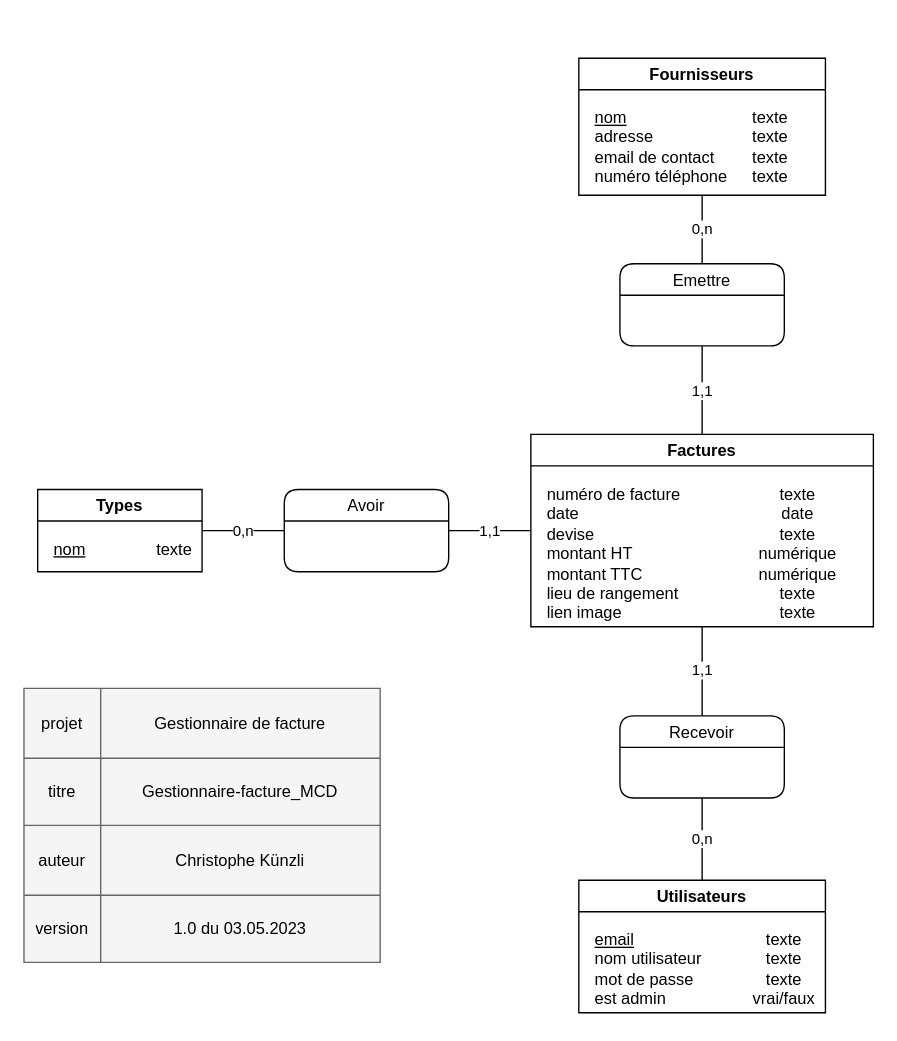
This is Documentation/Gestionnaire-factures_MCD.drawio from ChristopheKunzli/Gestionnaire-factures, a draw.io file, before an edit. Source tidied: cells renumbered, new cells numbered last; positions are measured from the earlier drawing's top-left corner, leaving out a move shared by most shapes. Both pictures are drawn from the tidied source at 137%, with x=0, y=0 at pixel (23, 58).
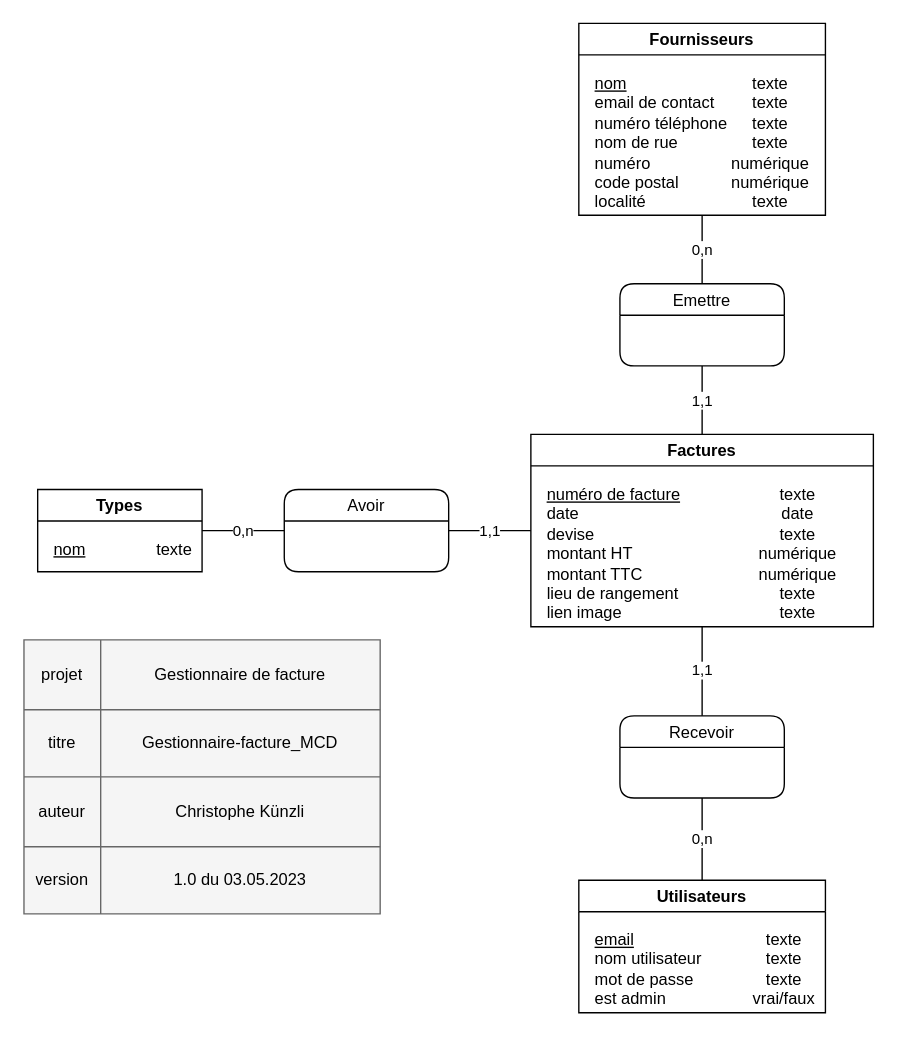
The same page after the edit.

The change refers to these unchanged cells:
```xml
<mxCell id="18" value="Factures" style="swimlane;startSize=23;" parent="1" vertex="1">
  <mxGeometry x="370" y="274.6" width="250" height="140.4" as="geometry" />
</mxCell>
```

The edit, as a diff of the source:
```diff
@@
     <mxCell id="2" style="shape=table;html=1;whiteSpace=wrap;startSize=0;childLayout=tableLayout;fillColor=#f5f5f5;strokeColor=#666666;fontColor=#333333;" parent="1" vertex="1">
-      <mxGeometry y="460" width="260" height="200" as="geometry" />
+      <mxGeometry y="424.6" width="260" height="200" as="geometry" />
     </mxCell>
@@
     <mxCell id="15" value="Fournisseurs" style="swimlane;startSize=23;" parent="1" vertex="1">
-      <mxGeometry x="405" width="180" height="100" as="geometry" />
+      <mxGeometry x="405" y="-25.4" width="180" height="140" as="geometry" />
     </mxCell>
-    <mxCell id="16" value="&lt;u&gt;nom&lt;/u&gt;&lt;br&gt;adresse&lt;br&gt;email de contact&lt;br&gt;numéro téléphone" style="text;html=1;strokeColor=none;fillColor=none;align=left;verticalAlign=top;whiteSpace=wrap;rounded=0;labelPosition=center;verticalLabelPosition=middle;" parent="15" vertex="1">
-      <mxGeometry x="10" y="30" width="110" height="70" as="geometry" />
+    <mxCell id="16" value="&lt;u&gt;nom&lt;/u&gt;&lt;br&gt;email de contact&lt;br&gt;numéro téléphone&lt;br&gt;nom de rue&lt;br&gt;numéro&amp;nbsp;&lt;br&gt;code postal&lt;br&gt;localité" style="text;html=1;strokeColor=none;fillColor=none;align=left;verticalAlign=top;whiteSpace=wrap;rounded=0;labelPosition=center;verticalLabelPosition=middle;" parent="15" vertex="1">
+      <mxGeometry x="10" y="30" width="110" height="110" as="geometry" />
     </mxCell>
-    <mxCell id="17" value="texte&lt;br&gt;texte&lt;br&gt;texte&lt;br&gt;texte" style="text;html=1;strokeColor=none;fillColor=none;align=center;verticalAlign=top;whiteSpace=wrap;rounded=0;" parent="15" vertex="1">
-      <mxGeometry x="110" y="30" width="60" height="70" as="geometry" />
+    <mxCell id="17" value="texte&lt;br&gt;texte&lt;br&gt;texte&lt;br&gt;texte&lt;br&gt;numérique&lt;br&gt;numérique&lt;br&gt;texte" style="text;html=1;strokeColor=none;fillColor=none;align=center;verticalAlign=top;whiteSpace=wrap;rounded=0;" parent="15" vertex="1">
+      <mxGeometry x="110" y="30" width="60" height="110" as="geometry" />
     </mxCell>
@@
-    <mxCell id="19" value="numéro de facture&lt;br&gt;date&lt;br&gt;devise&lt;br&gt;montant HT&lt;br&gt;montant TTC&lt;br&gt;lieu de rangement&lt;br&gt;lien image" style="text;html=1;strokeColor=none;fillColor=none;align=left;verticalAlign=top;whiteSpace=wrap;rounded=0;labelPosition=center;verticalLabelPosition=middle;" parent="18" vertex="1">
+    <mxCell id="19" value="&lt;u&gt;numéro de facture&lt;/u&gt;&lt;br&gt;date&lt;br&gt;devise&lt;br&gt;montant HT&lt;br&gt;montant TTC&lt;br&gt;lieu de rangement&lt;br&gt;lien image" style="text;html=1;strokeColor=none;fillColor=none;align=left;verticalAlign=top;whiteSpace=wrap;rounded=0;labelPosition=center;verticalLabelPosition=middle;" parent="18" vertex="1">
       <mxGeometry x="10" y="30" width="130" height="100" as="geometry" />
     </mxCell>
@@
     <mxCell id="24" value="Emettre" style="swimlane;rounded=1;fontStyle=0;startSize=23;" parent="1" vertex="1">
-      <mxGeometry x="435" y="150" width="120" height="60" as="geometry" />
+      <mxGeometry x="435" y="164.6" width="120" height="60" as="geometry" />
     </mxCell>
```
